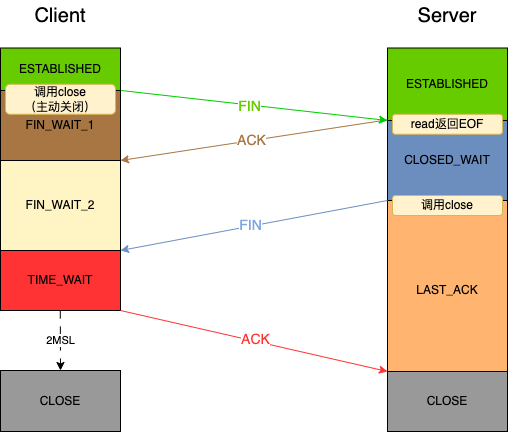
Above: CS/网络/计算机网络/四次挥手.drawio.png in superwjfeng/MarkdownWriting (draw.io), before the change. Source tidied: cells renumbered, new cells last; positions are measured from the earlier drawing's top-left corner, leaving out a move shared by most shapes. Its diagram source:
```xml
<mxGraphModel background="#FFFFFF">
  <root>
    <mxCell id="0" />
    <mxCell id="1" parent="0" />
    <mxCell id="2" value="LAST_ACK" style="rounded=0;whiteSpace=wrap;html=1;fillColor=#FFB570;" parent="1" vertex="1">
      <mxGeometry x="387" y="200" width="120" height="180" as="geometry" />
    </mxCell>
    <mxCell id="3" value="CLOSED_WAIT" style="rounded=0;whiteSpace=wrap;html=1;fillColor=#6C8EBF;" parent="1" vertex="1">
      <mxGeometry x="387" y="120" width="120" height="80" as="geometry" />
    </mxCell>
    <mxCell id="4" value="ESTABLISHED" style="rounded=0;whiteSpace=wrap;html=1;fillColor=#66CC00;" parent="1" vertex="1">
      <mxGeometry x="387" y="47.5" width="120" height="72.5" as="geometry" />
    </mxCell>
    <mxCell id="5" value="CLOSE" style="rounded=0;whiteSpace=wrap;html=1;fillColor=#999999;" parent="1" vertex="1">
      <mxGeometry x="387" y="371" width="120" height="60" as="geometry" />
    </mxCell>
    <mxCell id="6" value="ESTABLISHED" style="rounded=0;whiteSpace=wrap;html=1;fillColor=#66CC00;" parent="1" vertex="1">
      <mxGeometry y="47.5" width="120" height="42.5" as="geometry" />
    </mxCell>
    <mxCell id="7" value="FIN_WAIT_1" style="rounded=0;whiteSpace=wrap;html=1;fillColor=#A87643;" parent="1" vertex="1">
      <mxGeometry y="90" width="120" height="70" as="geometry" />
    </mxCell>
    <mxCell id="8" value="&lt;font style=&quot;font-size: 20px;&quot;&gt;Client&lt;/font&gt;" style="text;strokeColor=none;align=center;fillColor=none;html=1;verticalAlign=middle;whiteSpace=wrap;rounded=0;" parent="1" vertex="1">
      <mxGeometry x="30" width="60" height="30" as="geometry" />
    </mxCell>
    <mxCell id="9" value="&lt;font style=&quot;font-size: 20px;&quot;&gt;Server&lt;/font&gt;" style="text;strokeColor=none;align=center;fillColor=none;html=1;verticalAlign=middle;whiteSpace=wrap;rounded=0;" parent="1" vertex="1">
      <mxGeometry x="387" width="120" height="30" as="geometry" />
    </mxCell>
    <mxCell id="10" style="endArrow=classic;html=1;rounded=0;exitX=-0.002;exitY=0.991;exitDx=0;exitDy=0;strokeColor=#A87643;entryX=1;entryY=0;entryDx=0;entryDy=0;exitPerimeter=0;" parent="1" edge="1" source="4" target="18">
      <mxGeometry relative="1" as="geometry" />
    </mxCell>
    <mxCell id="11" value="&lt;font color=&quot;#a87643&quot;&gt;ACK&lt;/font&gt;" style="edgeLabel;html=1;align=center;verticalAlign=middle;fontSize=14;fontColor=#66cc00;" parent="10" vertex="1">
      <mxGeometry x="-0.09" y="-2" relative="1" as="geometry">
        <mxPoint x="-14" y="4" as="offset" />
      </mxGeometry>
    </mxCell>
    <mxCell id="12" style="endArrow=classic;html=1;rounded=0;entryX=0;entryY=1;entryDx=0;entryDy=0;exitX=1.005;exitY=0;exitDx=0;exitDy=0;strokeColor=#00CC00;exitPerimeter=0;" parent="1" edge="1" source="7" target="4">
      <mxGeometry relative="1" as="geometry" />
    </mxCell>
    <mxCell id="13" value="&lt;font color=&quot;#66cc00&quot; style=&quot;font-size: 14px;&quot;&gt;FIN&lt;/font&gt;" style="edgeLabel;html=1;align=center;verticalAlign=middle;" parent="12" vertex="1">
      <mxGeometry x="-0.04" y="-1" relative="1" as="geometry" />
    </mxCell>
    <mxCell id="14" value="调用close&lt;br&gt;（主动关闭）" style="rounded=1;whiteSpace=wrap;html=1;fillColor=#fff2cc;strokeColor=#d6b656;" parent="1" vertex="1">
      <mxGeometry x="5" y="83.8" width="110" height="30" as="geometry" />
    </mxCell>
    <mxCell id="15" value="read返回EOF" style="rounded=1;whiteSpace=wrap;html=1;fillColor=#fff2cc;strokeColor=#d6b656;" parent="1" vertex="1">
      <mxGeometry x="392" y="113.8" width="110" height="20" as="geometry" />
    </mxCell>
    <mxCell id="16" value="调用close" style="rounded=1;whiteSpace=wrap;html=1;fillColor=#fff2cc;strokeColor=#d6b656;" parent="1" vertex="1">
      <mxGeometry x="392" y="195" width="110" height="20" as="geometry" />
    </mxCell>
    <mxCell id="17" value="CLOSE" style="rounded=0;whiteSpace=wrap;html=1;fillColor=#999999;" parent="1" vertex="1">
      <mxGeometry y="370" width="120" height="61" as="geometry" />
    </mxCell>
    <mxCell id="18" value="FIN_WAIT_2" style="rounded=0;whiteSpace=wrap;html=1;fillColor=#FFF4C3;" parent="1" vertex="1">
      <mxGeometry y="160" width="120" height="90" as="geometry" />
    </mxCell>
    <mxCell id="19" value="TIME_WAIT" style="rounded=0;whiteSpace=wrap;html=1;fillColor=#FF3333;" parent="1" vertex="1">
      <mxGeometry y="250" width="120" height="60" as="geometry" />
    </mxCell>
    <mxCell id="20" style="endArrow=classic;html=1;rounded=0;strokeColor=#6c8ebf;entryX=1;entryY=0;entryDx=0;entryDy=0;exitX=0;exitY=1;exitDx=0;exitDy=0;fillColor=#dae8fc;" parent="1" edge="1" source="3" target="19">
      <mxGeometry relative="1" as="geometry" />
    </mxCell>
    <mxCell id="21" value="&lt;font color=&quot;#7ea6e0&quot;&gt;FIN&lt;/font&gt;" style="edgeLabel;html=1;align=center;verticalAlign=middle;fontSize=14;fontColor=#A87643;" parent="20" vertex="1">
      <mxGeometry x="-0.24" y="-1" relative="1" as="geometry">
        <mxPoint x="-36" y="7" as="offset" />
      </mxGeometry>
    </mxCell>
    <mxCell id="22" style="endArrow=classic;html=1;rounded=0;strokeColor=#FF3333;exitX=1;exitY=1;exitDx=0;exitDy=0;entryX=0;entryY=0;entryDx=0;entryDy=0;fillColor=#f8cecc;" parent="1" edge="1" source="19" target="5">
      <mxGeometry relative="1" as="geometry" />
    </mxCell>
    <mxCell id="23" value="&lt;font color=&quot;#ff3333&quot;&gt;ACK&lt;/font&gt;" style="edgeLabel;html=1;align=center;verticalAlign=middle;fontSize=14;fontColor=#7EA6E0;" parent="22" vertex="1">
      <mxGeometry x="0.01" y="2" relative="1" as="geometry" />
    </mxCell>
    <mxCell id="24" style="endArrow=classic;html=1;rounded=0;dashed=1;dashPattern=8 8;strokeColor=#000000;entryX=0.5;entryY=0;entryDx=0;entryDy=0;" parent="1" edge="1" target="17">
      <mxGeometry relative="1" as="geometry">
        <mxPoint x="59.8" y="310" as="sourcePoint" />
      </mxGeometry>
    </mxCell>
    <mxCell id="25" value="2MSL" style="edgeLabel;html=1;align=center;verticalAlign=middle;fillColor=#FF3333;" parent="24" vertex="1">
      <mxGeometry relative="1" as="geometry" />
    </mxCell>
  </root>
</mxGraphModel>
```
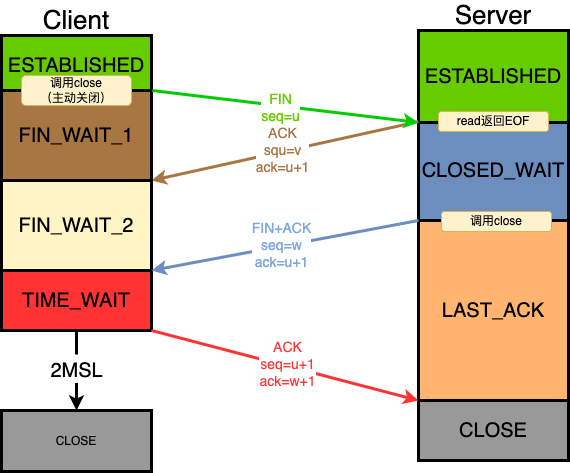
After the commit.

Change to the diagram source:
```diff
@@ -2,82 +2,80 @@
   <root>
     <mxCell id="0" />
     <mxCell id="1" parent="0" />
-    <mxCell id="2" value="LAST_ACK" style="rounded=0;whiteSpace=wrap;html=1;fillColor=#FFB570;" parent="1" vertex="1">
-      <mxGeometry x="387" y="200" width="120" height="180" as="geometry" />
+    <mxCell id="2" value="&lt;font style=&quot;font-size: 20px;&quot;&gt;LAST_ACK&lt;/font&gt;" style="rounded=0;whiteSpace=wrap;html=1;fillColor=#FFB570;strokeWidth=3;" parent="1" vertex="1">
+      <mxGeometry x="387" y="200" width="150" height="180" as="geometry" />
     </mxCell>
-    <mxCell id="3" value="CLOSED_WAIT" style="rounded=0;whiteSpace=wrap;html=1;fillColor=#6C8EBF;" parent="1" vertex="1">
-      <mxGeometry x="387" y="120" width="120" height="80" as="geometry" />
+    <mxCell id="3" value="&lt;font style=&quot;font-size: 20px;&quot;&gt;CLOSED_WAIT&lt;/font&gt;" style="rounded=0;whiteSpace=wrap;html=1;fillColor=#6C8EBF;strokeWidth=3;" parent="1" vertex="1">
+      <mxGeometry x="387" y="100" width="150" height="100" as="geometry" />
     </mxCell>
-    <mxCell id="4" value="ESTABLISHED" style="rounded=0;whiteSpace=wrap;html=1;fillColor=#66CC00;" parent="1" vertex="1">
-      <mxGeometry x="387" y="47.5" width="120" height="72.5" as="geometry" />
+    <mxCell id="4" value="&lt;font style=&quot;font-size: 20px;&quot;&gt;ESTABLISHED&lt;/font&gt;" style="rounded=0;whiteSpace=wrap;html=1;fillColor=#66CC00;strokeWidth=3;" parent="1" vertex="1">
+      <mxGeometry x="387" y="10" width="150" height="92" as="geometry" />
     </mxCell>
-    <mxCell id="5" value="CLOSE" style="rounded=0;whiteSpace=wrap;html=1;fillColor=#999999;" parent="1" vertex="1">
-      <mxGeometry x="387" y="371" width="120" height="60" as="geometry" />
+    <mxCell id="5" value="&lt;font style=&quot;font-size: 20px;&quot;&gt;CLOSE&lt;/font&gt;" style="rounded=0;whiteSpace=wrap;html=1;fillColor=#999999;strokeWidth=3;" parent="1" vertex="1">
+      <mxGeometry x="387" y="380" width="150" height="60" as="geometry" />
     </mxCell>
-    <mxCell id="6" value="ESTABLISHED" style="rounded=0;whiteSpace=wrap;html=1;fillColor=#66CC00;" parent="1" vertex="1">
-      <mxGeometry y="47.5" width="120" height="42.5" as="geometry" />
+    <mxCell id="6" value="&lt;font style=&quot;font-size: 20px;&quot;&gt;ESTABLISHED&lt;/font&gt;" style="rounded=0;whiteSpace=wrap;html=1;fillColor=#66CC00;strokeWidth=3;" parent="1" vertex="1">
+      <mxGeometry x="-30" y="15" width="150" height="60" as="geometry" />
     </mxCell>
-    <mxCell id="7" value="FIN_WAIT_1" style="rounded=0;whiteSpace=wrap;html=1;fillColor=#A87643;" parent="1" vertex="1">
-      <mxGeometry y="90" width="120" height="70" as="geometry" />
+    <mxCell id="7" value="&lt;font style=&quot;font-size: 20px;&quot;&gt;FIN_WAIT_1&lt;/font&gt;" style="rounded=0;whiteSpace=wrap;html=1;fillColor=#A87643;strokeWidth=3;" parent="1" vertex="1">
+      <mxGeometry x="-30" y="70" width="150" height="90" as="geometry" />
     </mxCell>
-    <mxCell id="8" value="&lt;font style=&quot;font-size: 20px;&quot;&gt;Client&lt;/font&gt;" style="text;strokeColor=none;align=center;fillColor=none;html=1;verticalAlign=middle;whiteSpace=wrap;rounded=0;" parent="1" vertex="1">
-      <mxGeometry x="30" width="60" height="30" as="geometry" />
+    <mxCell id="8" value="&lt;font style=&quot;font-size: 26px;&quot;&gt;Client&lt;/font&gt;" style="text;strokeColor=none;align=center;fillColor=none;html=1;verticalAlign=middle;whiteSpace=wrap;rounded=0;" parent="1" vertex="1">
+      <mxGeometry x="15" y="-15" width="60" height="30" as="geometry" />
     </mxCell>
-    <mxCell id="9" value="&lt;font style=&quot;font-size: 20px;&quot;&gt;Server&lt;/font&gt;" style="text;strokeColor=none;align=center;fillColor=none;html=1;verticalAlign=middle;whiteSpace=wrap;rounded=0;" parent="1" vertex="1">
-      <mxGeometry x="387" width="120" height="30" as="geometry" />
+    <mxCell id="9" value="&lt;font style=&quot;font-size: 26px;&quot;&gt;Server&lt;/font&gt;" style="text;strokeColor=none;align=center;fillColor=none;html=1;verticalAlign=middle;whiteSpace=wrap;rounded=0;" parent="1" vertex="1">
+      <mxGeometry x="402" y="-20" width="120" height="30" as="geometry" />
     </mxCell>
-    <mxCell id="10" style="endArrow=classic;html=1;rounded=0;exitX=-0.002;exitY=0.991;exitDx=0;exitDy=0;strokeColor=#A87643;entryX=1;entryY=0;entryDx=0;entryDy=0;exitPerimeter=0;" parent="1" edge="1" source="4" target="18">
+    <mxCell id="10" style="endArrow=classic;html=1;rounded=0;exitX=-0.002;exitY=0.991;exitDx=0;exitDy=0;strokeColor=#A87643;entryX=1;entryY=0;entryDx=0;entryDy=0;exitPerimeter=0;strokeWidth=3;" parent="1" edge="1" source="4" target="18">
       <mxGeometry relative="1" as="geometry" />
     </mxCell>
-    <mxCell id="11" value="&lt;font color=&quot;#a87643&quot;&gt;ACK&lt;/font&gt;" style="edgeLabel;html=1;align=center;verticalAlign=middle;fontSize=14;fontColor=#66cc00;" parent="10" vertex="1">
+    <mxCell id="11" value="&lt;font color=&quot;#a87643&quot;&gt;ACK&lt;br&gt;squ=v&lt;br&gt;ack=u+1&lt;br&gt;&lt;/font&gt;" style="edgeLabel;html=1;align=center;verticalAlign=middle;fontSize=14;fontColor=#66cc00;" parent="10" vertex="1">
       <mxGeometry x="-0.09" y="-2" relative="1" as="geometry">
         <mxPoint x="-14" y="4" as="offset" />
       </mxGeometry>
     </mxCell>
-    <mxCell id="12" style="endArrow=classic;html=1;rounded=0;entryX=0;entryY=1;entryDx=0;entryDy=0;exitX=1.005;exitY=0;exitDx=0;exitDy=0;strokeColor=#00CC00;exitPerimeter=0;" parent="1" edge="1" source="7" target="4">
+    <mxCell id="12" style="endArrow=classic;html=1;rounded=0;entryX=0;entryY=1;entryDx=0;entryDy=0;exitX=1.005;exitY=0;exitDx=0;exitDy=0;strokeColor=#00CC00;exitPerimeter=0;strokeWidth=3;" parent="1" edge="1" source="7" target="4">
       <mxGeometry relative="1" as="geometry" />
     </mxCell>
-    <mxCell id="13" value="&lt;font color=&quot;#66cc00&quot; style=&quot;font-size: 14px;&quot;&gt;FIN&lt;/font&gt;" style="edgeLabel;html=1;align=center;verticalAlign=middle;" parent="12" vertex="1">
+    <mxCell id="13" value="&lt;font color=&quot;#66cc00&quot; style=&quot;font-size: 14px;&quot;&gt;FIN&lt;br&gt;seq=u&lt;br&gt;&lt;/font&gt;" style="edgeLabel;html=1;align=center;verticalAlign=middle;" parent="12" vertex="1">
       <mxGeometry x="-0.04" y="-1" relative="1" as="geometry" />
     </mxCell>
     <mxCell id="14" value="调用close&lt;br&gt;（主动关闭）" style="rounded=1;whiteSpace=wrap;html=1;fillColor=#fff2cc;strokeColor=#d6b656;" parent="1" vertex="1">
-      <mxGeometry x="5" y="83.8" width="110" height="30" as="geometry" />
+      <mxGeometry x="-10" y="55" width="110" height="30" as="geometry" />
     </mxCell>
     <mxCell id="15" value="read返回EOF" style="rounded=1;whiteSpace=wrap;html=1;fillColor=#fff2cc;strokeColor=#d6b656;" parent="1" vertex="1">
-      <mxGeometry x="392" y="113.8" width="110" height="20" as="geometry" />
+      <mxGeometry x="407" y="91" width="110" height="20" as="geometry" />
     </mxCell>
     <mxCell id="16" value="调用close" style="rounded=1;whiteSpace=wrap;html=1;fillColor=#fff2cc;strokeColor=#d6b656;" parent="1" vertex="1">
-      <mxGeometry x="392" y="195" width="110" height="20" as="geometry" />
+      <mxGeometry x="410" y="191" width="110" height="20" as="geometry" />
     </mxCell>
-    <mxCell id="17" value="CLOSE" style="rounded=0;whiteSpace=wrap;html=1;fillColor=#999999;" parent="1" vertex="1">
-      <mxGeometry y="370" width="120" height="61" as="geometry" />
+    <mxCell id="17" value="CLOSE" style="rounded=0;whiteSpace=wrap;html=1;fillColor=#999999;strokeWidth=3;" parent="1" vertex="1">
+      <mxGeometry x="-30" y="390" width="150" height="61" as="geometry" />
     </mxCell>
-    <mxCell id="18" value="FIN_WAIT_2" style="rounded=0;whiteSpace=wrap;html=1;fillColor=#FFF4C3;" parent="1" vertex="1">
-      <mxGeometry y="160" width="120" height="90" as="geometry" />
+    <mxCell id="18" value="&lt;font style=&quot;font-size: 20px;&quot;&gt;FIN_WAIT_2&lt;/font&gt;" style="rounded=0;whiteSpace=wrap;html=1;fillColor=#FFF4C3;strokeWidth=3;" parent="1" vertex="1">
+      <mxGeometry x="-30" y="160" width="150" height="90" as="geometry" />
     </mxCell>
-    <mxCell id="19" value="TIME_WAIT" style="rounded=0;whiteSpace=wrap;html=1;fillColor=#FF3333;" parent="1" vertex="1">
-      <mxGeometry y="250" width="120" height="60" as="geometry" />
+    <mxCell id="19" value="&lt;font style=&quot;font-size: 20px;&quot;&gt;TIME_WAIT&lt;/font&gt;" style="rounded=0;whiteSpace=wrap;html=1;fillColor=#FF3333;strokeWidth=3;" parent="1" vertex="1">
+      <mxGeometry x="-30" y="250" width="150" height="60" as="geometry" />
     </mxCell>
-    <mxCell id="20" style="endArrow=classic;html=1;rounded=0;strokeColor=#6c8ebf;entryX=1;entryY=0;entryDx=0;entryDy=0;exitX=0;exitY=1;exitDx=0;exitDy=0;fillColor=#dae8fc;" parent="1" edge="1" source="3" target="19">
+    <mxCell id="20" style="endArrow=classic;html=1;rounded=0;strokeColor=#6c8ebf;entryX=1;entryY=0;entryDx=0;entryDy=0;exitX=0;exitY=1;exitDx=0;exitDy=0;fillColor=#dae8fc;strokeWidth=3;" parent="1" edge="1" source="3" target="19">
       <mxGeometry relative="1" as="geometry" />
     </mxCell>
-    <mxCell id="21" value="&lt;font color=&quot;#7ea6e0&quot;&gt;FIN&lt;/font&gt;" style="edgeLabel;html=1;align=center;verticalAlign=middle;fontSize=14;fontColor=#A87643;" parent="20" vertex="1">
+    <mxCell id="21" value="&lt;font color=&quot;#7ea6e0&quot;&gt;FIN+ACK&lt;br&gt;seq=w&lt;br&gt;ack=u+1&lt;br&gt;&lt;/font&gt;" style="edgeLabel;html=1;align=center;verticalAlign=middle;fontSize=14;fontColor=#A87643;" parent="20" vertex="1">
       <mxGeometry x="-0.24" y="-1" relative="1" as="geometry">
         <mxPoint x="-36" y="7" as="offset" />
       </mxGeometry>
     </mxCell>
-    <mxCell id="22" style="endArrow=classic;html=1;rounded=0;strokeColor=#FF3333;exitX=1;exitY=1;exitDx=0;exitDy=0;entryX=0;entryY=0;entryDx=0;entryDy=0;fillColor=#f8cecc;" parent="1" edge="1" source="19" target="5">
+    <mxCell id="22" style="endArrow=classic;html=1;rounded=0;strokeColor=#FF3333;exitX=1;exitY=1;exitDx=0;exitDy=0;entryX=0;entryY=0;entryDx=0;entryDy=0;fillColor=#f8cecc;strokeWidth=3;" parent="1" edge="1" source="19" target="5">
       <mxGeometry relative="1" as="geometry" />
     </mxCell>
-    <mxCell id="23" value="&lt;font color=&quot;#ff3333&quot;&gt;ACK&lt;/font&gt;" style="edgeLabel;html=1;align=center;verticalAlign=middle;fontSize=14;fontColor=#7EA6E0;" parent="22" vertex="1">
+    <mxCell id="23" value="&lt;font color=&quot;#ff3333&quot;&gt;ACK&lt;br&gt;seq=u+1&lt;br&gt;ack=w+1&lt;br&gt;&lt;/font&gt;" style="edgeLabel;html=1;align=center;verticalAlign=middle;fontSize=14;fontColor=#7EA6E0;" parent="22" vertex="1">
       <mxGeometry x="0.01" y="2" relative="1" as="geometry" />
     </mxCell>
-    <mxCell id="24" style="endArrow=classic;html=1;rounded=0;dashed=1;dashPattern=8 8;strokeColor=#000000;entryX=0.5;entryY=0;entryDx=0;entryDy=0;" parent="1" edge="1" target="17">
-      <mxGeometry relative="1" as="geometry">
-        <mxPoint x="59.8" y="310" as="sourcePoint" />
-      </mxGeometry>
+    <mxCell id="24" style="endArrow=classic;html=1;rounded=0;dashed=1;dashPattern=8 8;strokeColor=#000000;entryX=0.5;entryY=0;entryDx=0;entryDy=0;strokeWidth=3;exitX=0.5;exitY=1;exitDx=0;exitDy=0;" parent="1" edge="1" source="19" target="17">
+      <mxGeometry relative="1" as="geometry" />
     </mxCell>
-    <mxCell id="25" value="2MSL" style="edgeLabel;html=1;align=center;verticalAlign=middle;fillColor=#FF3333;" parent="24" vertex="1">
+    <mxCell id="25" value="&lt;font style=&quot;font-size: 20px;&quot;&gt;2MSL&lt;/font&gt;" style="edgeLabel;html=1;align=center;verticalAlign=middle;fillColor=#FF3333;" parent="24" vertex="1">
       <mxGeometry relative="1" as="geometry" />
     </mxCell>
   </root>
```
